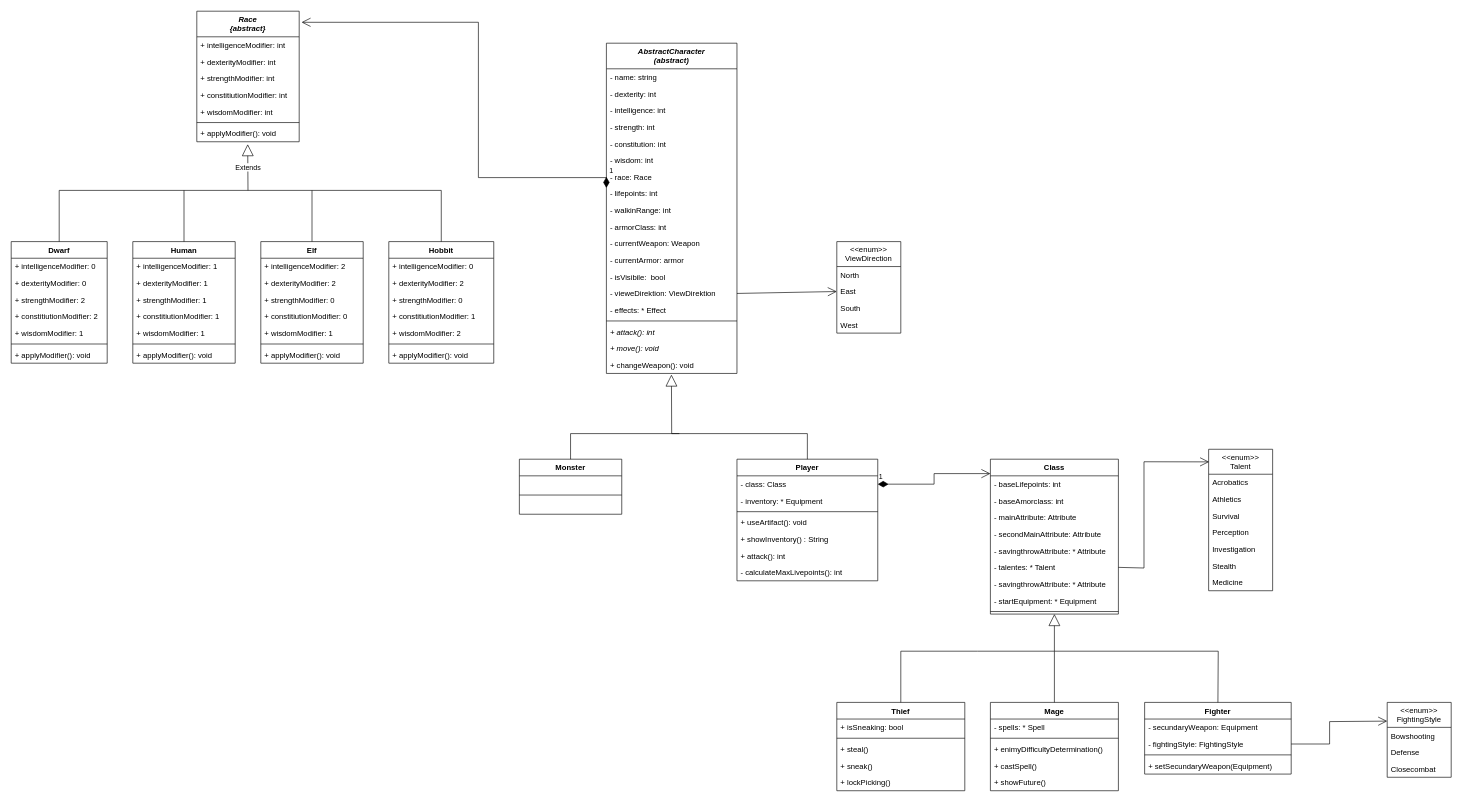
Before: Klassendiagramme/Charakter/Charakter.drawio in andreasmauel/HenPaSa_AnWla, a draw.io diagram. Source tidied: cells renumbered, new cells numbered last; positions are measured from the earlier drawing's top-left corner, leaving out a move shared by most shapes. Both pictures are drawn from the tidied source at 64%, with x=0, y=0 at pixel (11, 11).
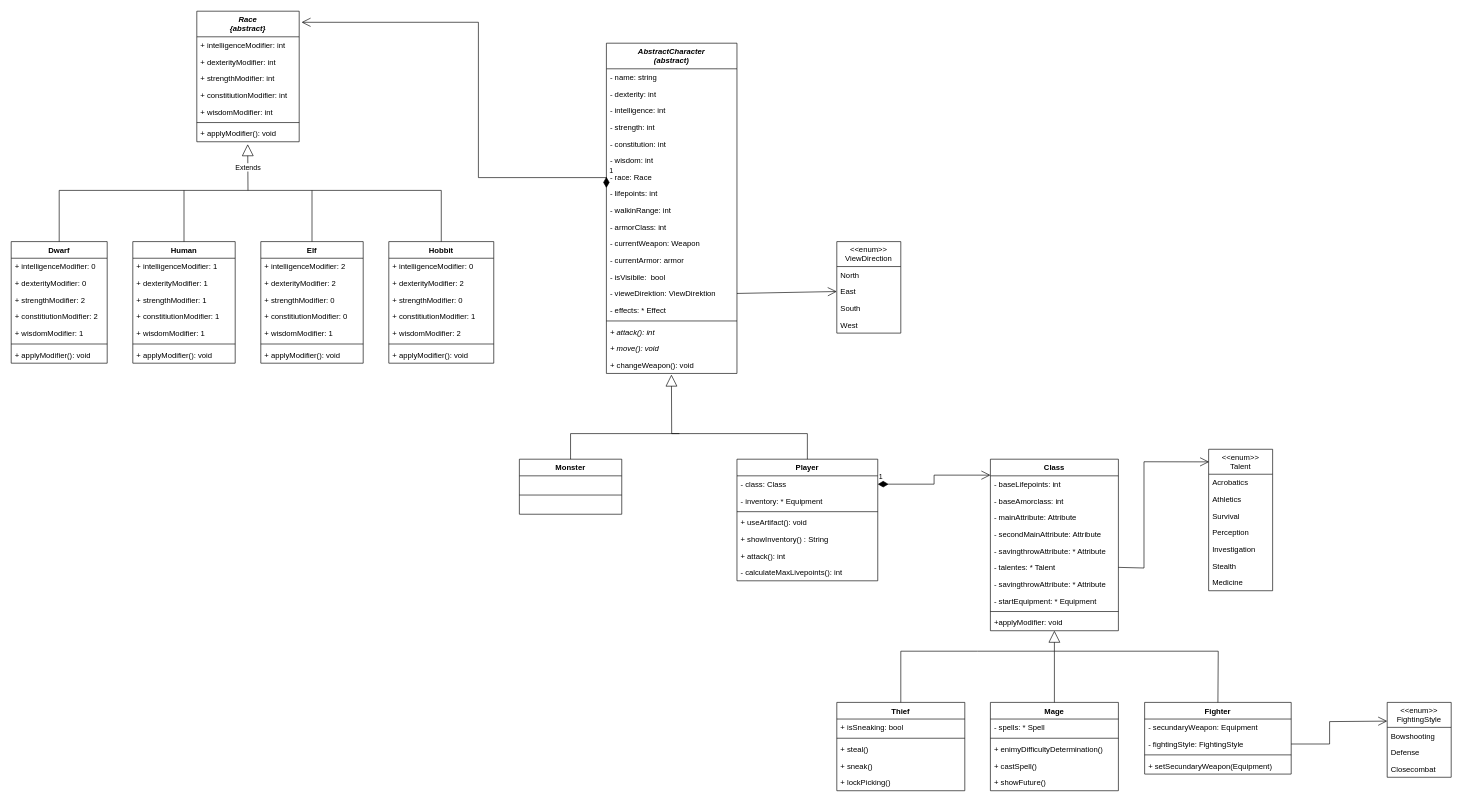
Above is the later version.

What changed in the source:
```diff
@@
     <mxCell id="42" value="Class" style="swimlane;fontStyle=1;align=center;verticalAlign=top;horizontal=1;startSize=26;" parent="1" vertex="1">
-      <mxGeometry x="1530" y="700" width="200" height="242" as="geometry" />
+      <mxGeometry x="1530" y="700" width="200" height="268" as="geometry" />
     </mxCell>
@@
+    <mxCell id="133" value="+applyModifier: void" style="text;strokeColor=none;fillColor=none;align=left;verticalAlign=top;spacingLeft=4;spacingRight=4;overflow=hidden;" parent="42" vertex="1">
+      <mxGeometry y="242" width="200" height="26" as="geometry" />
+    </mxCell>
```
